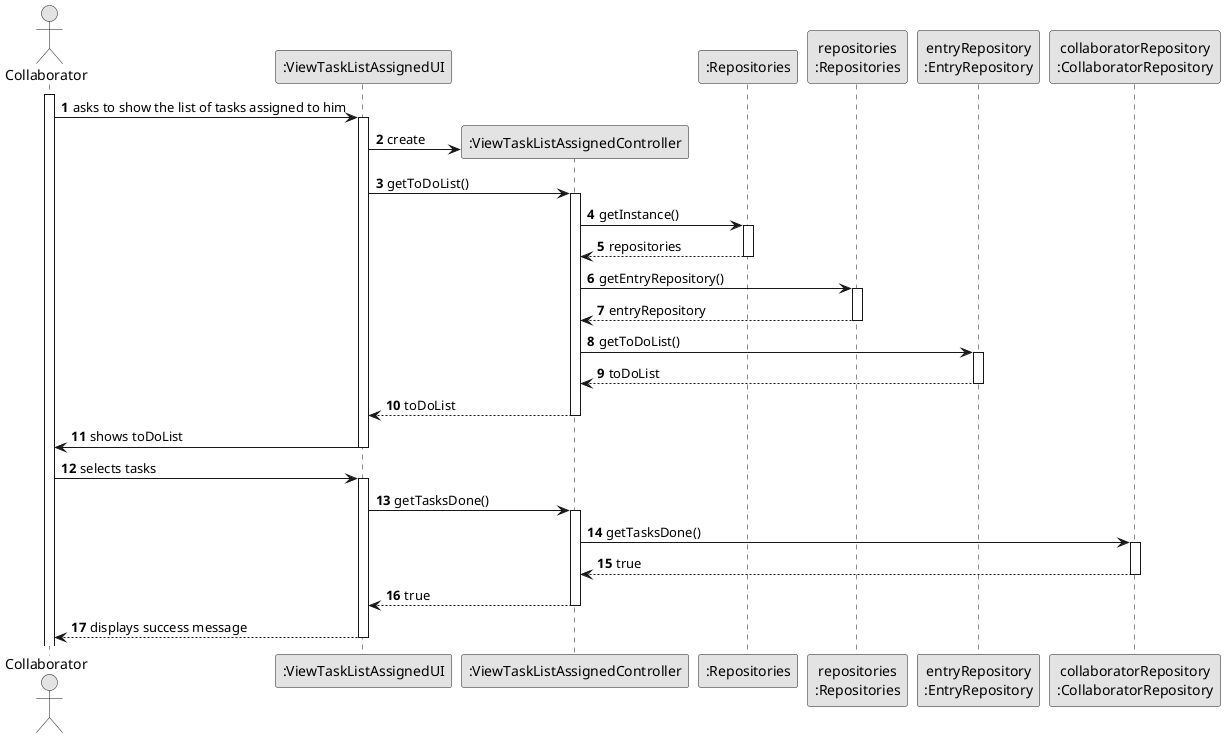
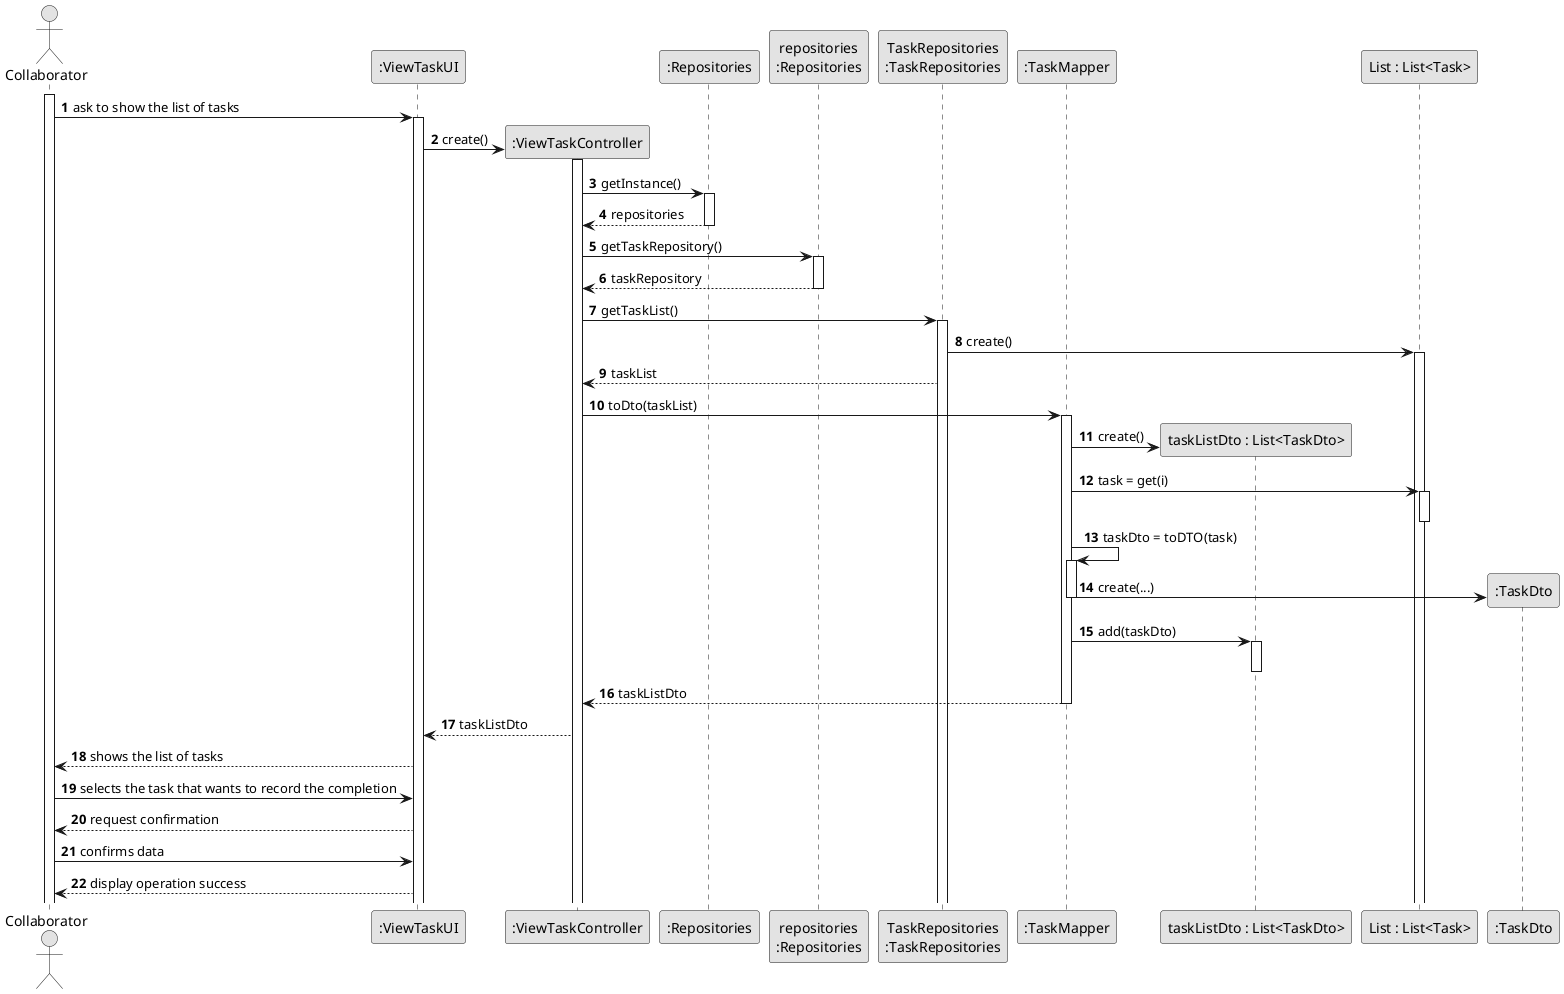
@startuml
skinparam monochrome true
skinparam packageStyle rectangle
skinparam shadowing false

autonumber

'hide footbox
actor "Collaborator" as Collaborator
- participant ":ViewTaskListAssignedUI" as UI
- participant ":ViewTaskListAssignedController" as CTRL
+ participant ":ViewTaskUI" as UI
+ participant ":ViewTaskController" as CTRL
participant ":Repositories" as RepositorySingleton
participant "repositories\n:Repositories" as PLAT
- participant "entryRepository\n:EntryRepository" as EntryRepository
- participant "collaboratorRepository\n:CollaboratorRepository" as CollaboratorRepository
+ participant "TaskRepositories\n:TaskRepositories" as TaskRepositories
+ participant ":TaskMapper" as MAPPER
+ participant "taskListDto : List<TaskDto>" as ListDTO
+ participant "List : List<Task>" as List
+ participant ":TaskDto" as DTO
+ 
+ 



activate Collaborator

-         Collaborator -> UI : asks to show the list of tasks assigned to him
+ Collaborator -> UI: ask to show the list of tasks
+ activate UI

-         activate UI
+ UI -> CTRL**: create()
+ activate CTRL

-             UI -> CTRL** : create
+ CTRL -> RepositorySingleton: getInstance()
+ activate RepositorySingleton

-             UI -> CTRL : getToDoList()
-             activate CTRL
+ RepositorySingleton --> CTRL: repositories
+ deactivate RepositorySingleton

-              CTRL -> RepositorySingleton : getInstance()
-                                         activate RepositorySingleton
+ CTRL -> PLAT: getTaskRepository()
+ activate PLAT

-                                             RepositorySingleton --> CTRL: repositories
-                                         deactivate RepositorySingleton
+ PLAT --> CTRL: taskRepository
+ deactivate PLAT

-                                         CTRL -> PLAT : getEntryRepository()
-                                         activate PLAT
+ CTRL -> TaskRepositories: getTaskList()
+ activate TaskRepositories

-                                         PLAT --> CTRL : entryRepository
-                                         deactivate PLAT
+ TaskRepositories -> List: create()
+ activate List

-                                         CTRL -> EntryRepository : getToDoList()
-                                         activate EntryRepository
+ TaskRepositories --> CTRL: taskList

-                                         EntryRepository --> CTRL : toDoList
-                                         deactivate EntryRepository

-                                         CTRL --> UI : toDoList
-                                         deactivate CTRL

-                                         UI -> Collaborator : shows toDoList
-                                         deactivate UI
+ CTRL -> MAPPER: toDto(taskList)
+ activate MAPPER

-                                         Collaborator -> UI : selects tasks
-                                         activate UI
+ MAPPER -> ListDTO** : create()

-                                         UI -> CTRL : getTasksDone()
-                                         activate CTRL
+ MAPPER -> List : task = get(i)
+ activate List
+ deactivate List

-                                         CTRL -> CollaboratorRepository : getTasksDone()
-                                         activate CollaboratorRepository
+ MAPPER -> MAPPER : taskDto = toDTO(task)
+ activate MAPPER

-                                         CollaboratorRepository --> CTRL : true
-                                         deactivate CollaboratorRepository
-                                         CTRL --> UI : true
-                                         deactivate CTRL
-                                         UI --> Collaborator : displays success message
-                                         deactivate UI
+ MAPPER -> DTO**  : create(...)
+ deactivate MAPPER
+ 
+ MAPPER -> ListDTO : add(taskDto)
+ activate ListDTO
+ deactivate ListDTO
+ 
+ MAPPER --> CTRL : taskListDto
+ deactivate MAPPER
+ 
+ CTRL --> UI: taskListDto




+ 
+ 
+ 
+ 
+ 
+ 
+ 
+ 
+ UI --> Collaborator: shows the list of tasks
+ 
+ Collaborator -> UI: selects the task that wants to record the completion
+ 
+ UI --> Collaborator: request confirmation
+ 
+ Collaborator -> UI: confirms data
+ 
+ UI --> Collaborator: display operation success

















@enduml